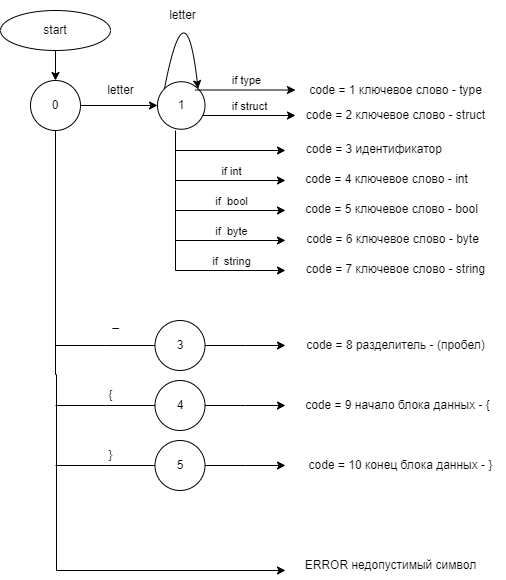
This is лек.png from Nikonoffcmi/Compiler, a draw.io export, as it was before one commit. Source tidied: cells renumbered, new cells last; positions are measured from the earlier drawing's top-left corner, leaving out a move shared by most shapes.
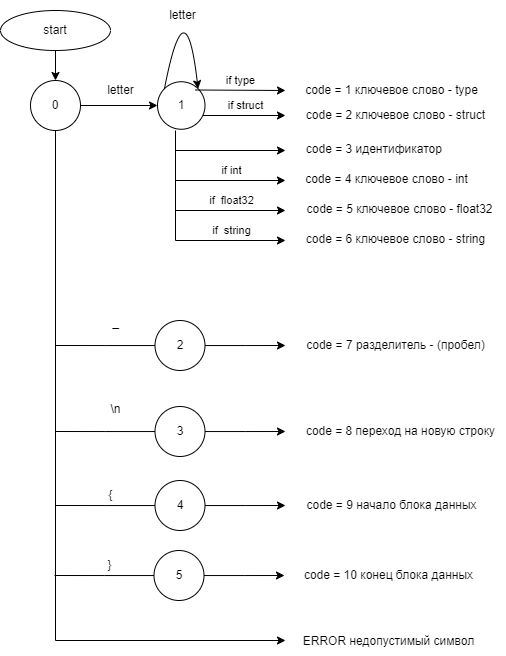
After the commit.

The edit, as a diff of the source:
```diff
@@ -23,10 +23,10 @@
     </mxCell>
     <mxCell id="7" style="edgeStyle=orthogonalEdgeStyle;rounded=0;jettySize=auto;html=1;" parent="1" edge="1" source="8">
       <mxGeometry relative="1" as="geometry">
-        <mxPoint x="285" y="590" as="targetPoint" />
+        <mxPoint x="285" y="660" as="targetPoint" />
         <Array as="points">
-          <mxPoint x="55" y="394" />
-          <mxPoint x="56" y="394" />
+          <mxPoint x="55" y="660" />
+          <mxPoint x="285" y="660" />
         </Array>
       </mxGeometry>
     </mxCell>
@@ -53,7 +53,7 @@
     <mxCell id="13" style="endArrow=classic;html=1;rounded=0;" parent="1" edge="1">
       <mxGeometry relative="1" as="geometry">
         <mxPoint x="195" y="109.5" as="sourcePoint" />
-        <mxPoint x="295" y="109.5" as="targetPoint" />
+        <mxPoint x="285" y="110" as="targetPoint" />
       </mxGeometry>
     </mxCell>
     <mxCell id="14" value="if type" style="edgeLabel;html=1;align=center;verticalAlign=middle;" parent="13" vertex="1">
@@ -64,7 +64,7 @@
     <mxCell id="15" style="endArrow=classic;html=1;rounded=0;" parent="1" edge="1">
       <mxGeometry relative="1" as="geometry">
         <mxPoint x="202.5" y="135" as="sourcePoint" />
-        <mxPoint x="295" y="135" as="targetPoint" />
+        <mxPoint x="285" y="135" as="targetPoint" />
       </mxGeometry>
     </mxCell>
     <mxCell id="16" value="if struct" style="edgeLabel;html=1;align=center;verticalAlign=middle;" parent="15" vertex="1">
@@ -84,26 +84,15 @@
         <mxPoint x="285" y="230" as="targetPoint" />
       </mxGeometry>
     </mxCell>
-    <mxCell id="19" value="if&amp;nbsp; bool" style="edgeLabel;html=1;align=center;verticalAlign=middle;" parent="18" vertex="1">
+    <mxCell id="19" value="if&amp;nbsp; float32" style="edgeLabel;html=1;align=center;verticalAlign=middle;" parent="18" vertex="1">
       <mxGeometry relative="1" as="geometry">
         <mxPoint y="-10" as="offset" />
       </mxGeometry>
     </mxCell>
-    <mxCell id="20" style="endArrow=classic;html=1;rounded=0;" parent="1" edge="1">
-      <mxGeometry relative="1" as="geometry">
-        <mxPoint x="175" y="260" as="sourcePoint" />
-        <mxPoint x="285" y="260" as="targetPoint" />
-      </mxGeometry>
-    </mxCell>
-    <mxCell id="21" value="if&amp;nbsp; byte" style="edgeLabel;html=1;align=center;verticalAlign=middle;" parent="20" vertex="1">
-      <mxGeometry relative="1" as="geometry">
-        <mxPoint y="-10" as="offset" />
-      </mxGeometry>
-    </mxCell>
     <mxCell id="22" style="endArrow=classic;html=1;rounded=0;" parent="1" edge="1">
       <mxGeometry relative="1" as="geometry">
-        <mxPoint x="175" y="290" as="sourcePoint" />
-        <mxPoint x="285" y="290" as="targetPoint" />
+        <mxPoint x="175" y="260" as="sourcePoint" />
+        <mxPoint x="285" y="260" as="targetPoint" />
       </mxGeometry>
     </mxCell>
     <mxCell id="23" value="if&amp;nbsp; string" style="edgeLabel;html=1;align=center;verticalAlign=middle;" parent="22" vertex="1">
@@ -113,12 +102,12 @@
     </mxCell>
     <mxCell id="24" style="endArrow=none;html=1;rounded=0;" parent="1" edge="1">
       <mxGeometry relative="1" as="geometry">
-        <mxPoint x="175" y="290" as="sourcePoint" />
+        <mxPoint x="175" y="260" as="sourcePoint" />
         <mxPoint x="175" y="150" as="targetPoint" />
       </mxGeometry>
     </mxCell>
     <mxCell id="25" value="code = 1 ключевое слово - type" style="text;html=1;align=center;verticalAlign=middle;strokeColor=none;fillColor=none;" parent="1" vertex="1">
-      <mxGeometry x="295" y="95" width="200" height="30" as="geometry" />
+      <mxGeometry x="291" y="95" width="200" height="30" as="geometry" />
     </mxCell>
     <mxCell id="26" value="code = 2 ключевое слово - struct" style="text;html=1;align=center;verticalAlign=middle;strokeColor=none;fillColor=none;" parent="1" vertex="1">
       <mxGeometry x="295" y="120" width="200" height="30" as="geometry" />
@@ -129,14 +118,11 @@
     <mxCell id="28" value="code = 4 ключевое слово - int" style="text;html=1;align=center;verticalAlign=middle;strokeColor=none;fillColor=none;" parent="1" vertex="1">
       <mxGeometry x="291" y="184" width="190" height="30" as="geometry" />
     </mxCell>
-    <mxCell id="29" value="code = 5&amp;nbsp;ключевое слово - bool" style="text;html=1;align=center;verticalAlign=middle;strokeColor=none;fillColor=none;" parent="1" vertex="1">
-      <mxGeometry x="291" y="214" width="200" height="30" as="geometry" />
+    <mxCell id="29" value="code = 5&amp;nbsp;ключевое слово - float32" style="text;html=1;align=center;verticalAlign=middle;strokeColor=none;fillColor=none;" parent="1" vertex="1">
+      <mxGeometry x="294" y="214" width="210" height="30" as="geometry" />
     </mxCell>
-    <mxCell id="30" value="code = 6 ключевое слово - byte" style="text;html=1;align=center;verticalAlign=middle;strokeColor=none;fillColor=none;" parent="1" vertex="1">
-      <mxGeometry x="292" y="244" width="200" height="30" as="geometry" />
-    </mxCell>
-    <mxCell id="31" value="code = 7 ключевое слово - string" style="text;html=1;align=center;verticalAlign=middle;strokeColor=none;fillColor=none;" parent="1" vertex="1">
-      <mxGeometry x="295" y="274" width="200" height="30" as="geometry" />
+    <mxCell id="31" value="code = 6 ключевое слово - string" style="text;html=1;align=center;verticalAlign=middle;strokeColor=none;fillColor=none;" parent="1" vertex="1">
+      <mxGeometry x="295" y="244" width="200" height="30" as="geometry" />
     </mxCell>
     <mxCell id="32" style="edgeStyle=orthogonalEdgeStyle;rounded=0;jettySize=auto;html=1;endArrow=none;endFill=0;" parent="1" edge="1" source="34">
       <mxGeometry relative="1" as="geometry">
@@ -148,55 +134,74 @@
         <mxPoint x="285" y="365" as="targetPoint" />
       </mxGeometry>
     </mxCell>
-    <mxCell id="34" value="3" style="ellipse;whiteSpace=wrap;html=1;" parent="1" vertex="1">
+    <mxCell id="34" value="2" style="ellipse;whiteSpace=wrap;html=1;" parent="1" vertex="1">
       <mxGeometry x="154.5" y="340" width="50" height="50" as="geometry" />
     </mxCell>
-    <mxCell id="35" value="code = 8 разделитель - (пробел)" style="text;html=1;align=center;verticalAlign=middle;strokeColor=none;fillColor=none;" parent="1" vertex="1">
+    <mxCell id="35" value="code = 7 разделитель - (пробел)" style="text;html=1;align=center;verticalAlign=middle;strokeColor=none;fillColor=none;" parent="1" vertex="1">
       <mxGeometry x="295" y="350" width="200" height="30" as="geometry" />
     </mxCell>
     <mxCell id="36" style="edgeStyle=orthogonalEdgeStyle;rounded=0;jettySize=auto;html=1;endArrow=none;endFill=0;" parent="1" edge="1" source="38">
       <mxGeometry relative="1" as="geometry">
-        <mxPoint x="55" y="425" as="targetPoint" />
+        <mxPoint x="55" y="525" as="targetPoint" />
       </mxGeometry>
     </mxCell>
     <mxCell id="37" style="edgeStyle=orthogonalEdgeStyle;rounded=0;jettySize=auto;html=1;" parent="1" edge="1" source="38">
       <mxGeometry relative="1" as="geometry">
-        <mxPoint x="285" y="425" as="targetPoint" />
+        <mxPoint x="285" y="525" as="targetPoint" />
       </mxGeometry>
     </mxCell>
     <mxCell id="38" value="4" style="ellipse;whiteSpace=wrap;html=1;" parent="1" vertex="1">
-      <mxGeometry x="154.5" y="400" width="50" height="50" as="geometry" />
+      <mxGeometry x="154.5" y="500" width="50" height="50" as="geometry" />
     </mxCell>
-    <mxCell id="39" value="code = 9 начало блока данных - {" style="text;html=1;align=center;verticalAlign=middle;strokeColor=none;fillColor=none;" parent="1" vertex="1">
-      <mxGeometry x="292" y="410" width="210" height="30" as="geometry" />
+    <mxCell id="39" value="code = 9 начало блока данных" style="text;html=1;align=center;verticalAlign=middle;strokeColor=none;fillColor=none;" parent="1" vertex="1">
+      <mxGeometry x="296" y="510" width="190" height="30" as="geometry" />
     </mxCell>
     <mxCell id="40" style="edgeStyle=orthogonalEdgeStyle;rounded=0;jettySize=auto;html=1;endArrow=none;endFill=0;" parent="1" edge="1" source="42">
       <mxGeometry relative="1" as="geometry">
-        <mxPoint x="55" y="485" as="targetPoint" />
+        <mxPoint x="54" y="595" as="targetPoint" />
       </mxGeometry>
     </mxCell>
     <mxCell id="41" style="edgeStyle=orthogonalEdgeStyle;rounded=0;jettySize=auto;html=1;" parent="1" edge="1" source="42">
       <mxGeometry relative="1" as="geometry">
-        <mxPoint x="285" y="485" as="targetPoint" />
+        <mxPoint x="284" y="595" as="targetPoint" />
       </mxGeometry>
     </mxCell>
     <mxCell id="42" value="5" style="ellipse;whiteSpace=wrap;html=1;" parent="1" vertex="1">
-      <mxGeometry x="154.5" y="460" width="50" height="50" as="geometry" />
+      <mxGeometry x="153.5" y="570" width="50" height="50" as="geometry" />
     </mxCell>
     <mxCell id="43" value="_" style="text;html=1;align=center;verticalAlign=middle;strokeColor=none;fillColor=none;" parent="1" vertex="1">
       <mxGeometry x="100" y="328" width="30" height="30" as="geometry" />
     </mxCell>
     <mxCell id="44" value="{" style="text;html=1;align=center;verticalAlign=middle;strokeColor=none;fillColor=none;" parent="1" vertex="1">
-      <mxGeometry x="95" y="400" width="30" height="30" as="geometry" />
+      <mxGeometry x="95" y="500" width="30" height="30" as="geometry" />
     </mxCell>
     <mxCell id="45" value="}" style="text;html=1;align=center;verticalAlign=middle;strokeColor=none;fillColor=none;" parent="1" vertex="1">
-      <mxGeometry x="95" y="460" width="30" height="30" as="geometry" />
+      <mxGeometry x="94" y="570" width="30" height="30" as="geometry" />
     </mxCell>
-    <mxCell id="46" value="code = 10 конец блока данных - }" style="text;html=1;align=center;verticalAlign=middle;strokeColor=none;fillColor=none;" parent="1" vertex="1">
-      <mxGeometry x="295" y="470" width="210" height="30" as="geometry" />
+    <mxCell id="46" value="code = 10 конец блока данных" style="text;html=1;align=center;verticalAlign=middle;strokeColor=none;fillColor=none;" parent="1" vertex="1">
+      <mxGeometry x="293" y="580" width="190" height="30" as="geometry" />
     </mxCell>
     <mxCell id="47" value="ERROR недопустимый символ" style="text;html=1;align=center;verticalAlign=middle;strokeColor=none;fillColor=none;" parent="1" vertex="1">
-      <mxGeometry x="295" y="570" width="190" height="30" as="geometry" />
+      <mxGeometry x="293" y="646" width="190" height="30" as="geometry" />
     </mxCell>
+    <mxCell id="48" style="edgeStyle=orthogonalEdgeStyle;rounded=0;jettySize=auto;html=1;endArrow=none;endFill=0;" parent="1" edge="1" source="50">
+      <mxGeometry relative="1" as="geometry">
+        <mxPoint x="55" y="451" as="targetPoint" />
+      </mxGeometry>
+    </mxCell>
+    <mxCell id="49" style="edgeStyle=orthogonalEdgeStyle;rounded=0;jettySize=auto;html=1;" parent="1" edge="1" source="50">
+      <mxGeometry relative="1" as="geometry">
+        <mxPoint x="285" y="451" as="targetPoint" />
+      </mxGeometry>
+    </mxCell>
+    <mxCell id="50" value="3" style="ellipse;whiteSpace=wrap;html=1;" parent="1" vertex="1">
+      <mxGeometry x="154.5" y="426" width="50" height="50" as="geometry" />
+    </mxCell>
+    <mxCell id="51" value="code = 8 переход на новую строку" style="text;html=1;align=center;verticalAlign=middle;strokeColor=none;fillColor=none;" parent="1" vertex="1">
+      <mxGeometry x="295" y="436" width="210" height="30" as="geometry" />
+    </mxCell>
+    <mxCell id="52" value="\n" style="text;html=1;align=center;verticalAlign=middle;strokeColor=none;fillColor=none;" parent="1" vertex="1">
+      <mxGeometry x="100" y="414" width="30" height="30" as="geometry" />
+    </mxCell>
   </root>
 </mxGraphModel>
```
